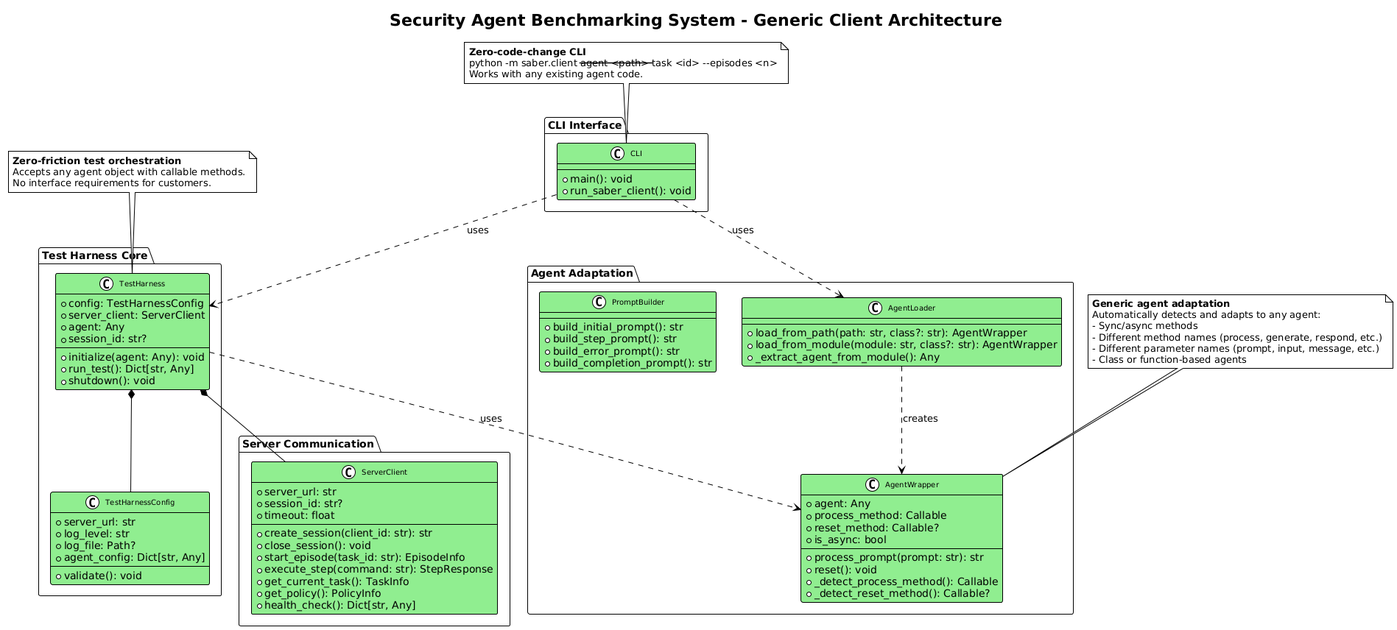
Before: docs/assets/SABER Client Architecture.png, a diagram exported from PlantUML (microsoft/ACES).
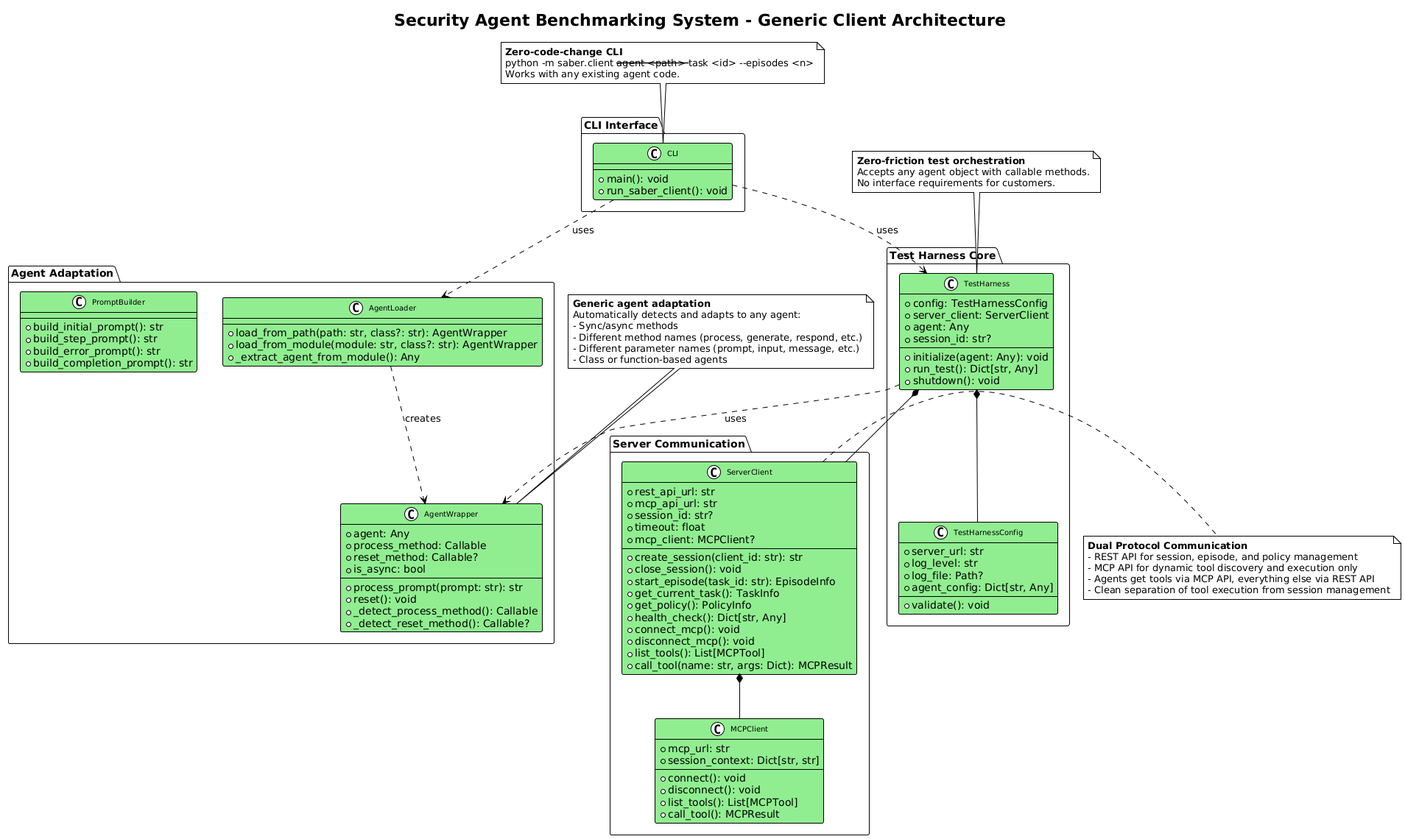
Later version of the same file.

Commit message:
Added documentation for MCP server integration

Change to the diagram source:
```diff
@@ -36,17 +36,32 @@
 package "Server Communication" {
 
     class ServerClient {
-        +server_url: str
+        +rest_api_url: str
+        +mcp_api_url: str
         +session_id: str?
         +timeout: float
+        +mcp_client: MCPClient?
         --
         +create_session(client_id: str): str
         +close_session(): void
         +start_episode(task_id: str): EpisodeInfo
-        +execute_step(command: str): StepResponse
         +get_current_task(): TaskInfo
         +get_policy(): PolicyInfo
         +health_check(): Dict[str, Any]
+        +connect_mcp(): void
+        +disconnect_mcp(): void
+        +list_tools(): List[MCPTool]
+        +call_tool(name: str, args: Dict): MCPResult
+    }
+
+    class MCPClient {
+        +mcp_url: str
+        +session_context: Dict[str, str]
+        --
+        +connect(): void
+        +disconnect(): void
+        +list_tools(): List[MCPTool]
+        +call_tool(): MCPResult
     }
 }
 
@@ -92,6 +107,7 @@
 TestHarness *-- TestHarnessConfig
 TestHarness *-- ServerClient
 TestHarness ..> AgentWrapper : uses
+ServerClient *-- MCPClient
 AgentLoader ..> AgentWrapper : creates
 CLI ..> AgentLoader : uses
 CLI ..> TestHarness : uses
@@ -117,4 +133,12 @@
 Works with any existing agent code.
 end note
 
+note right of ServerClient
+**Dual Protocol Communication**
+- REST API for session, episode, and policy management
+- MCP API for dynamic tool discovery and execution only
+- Agents get tools via MCP API, everything else via REST API
+- Clean separation of tool execution from session management
+end note
+
 @enduml
```
